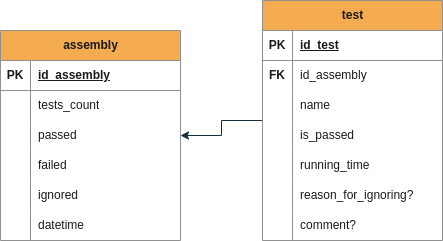
Above: 6Homework7.12.22/MyNUnitWeb/MyNUnitWeb/Data/testing-database-diagram.png in Niksen111/spbuHomeworksSem3 (draw.io), before the change. Source tidied: cells renumbered, new cells last; positions are measured from the earlier drawing's top-left corner, leaving out a move shared by most shapes.
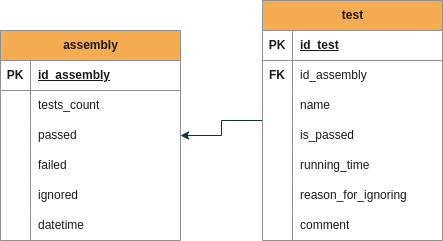
After the commit.

Diff of the diagram source:
```diff
@@ -116,7 +116,7 @@
     <mxCell id="39" style="shape=partialRectangle;fillColor=none;top=0;left=0;bottom=0;right=0;overflow=hidden;whiteSpace=wrap;html=1;strokeColor=#909090;fontColor=#1A1A1A;" parent="38" vertex="1">
       <mxGeometry width="30" height="30" as="geometry" />
     </mxCell>
-    <mxCell id="40" value="reason_for_ignoring?" style="shape=partialRectangle;fillColor=none;top=0;left=0;bottom=0;right=0;align=left;spacingLeft=6;overflow=hidden;whiteSpace=wrap;html=1;strokeColor=#909090;fontColor=#1A1A1A;" parent="38" vertex="1">
+    <mxCell id="40" value="reason_for_ignoring" style="shape=partialRectangle;fillColor=none;top=0;left=0;bottom=0;right=0;align=left;spacingLeft=6;overflow=hidden;whiteSpace=wrap;html=1;strokeColor=#909090;fontColor=#1A1A1A;" parent="38" vertex="1">
       <mxGeometry x="30" width="150" height="30" as="geometry" />
     </mxCell>
     <mxCell id="41" style="shape=tableRow;horizontal=0;startSize=0;swimlaneHead=0;swimlaneBody=0;fillColor=none;top=0;left=0;right=0;bottom=0;strokeColor=#909090;fontColor=#1A1A1A;" parent="22" vertex="1">
@@ -125,7 +125,7 @@
     <mxCell id="42" style="shape=partialRectangle;fillColor=none;top=0;left=0;bottom=0;right=0;overflow=hidden;whiteSpace=wrap;html=1;strokeColor=#909090;fontColor=#1A1A1A;" parent="41" vertex="1">
       <mxGeometry width="30" height="30" as="geometry" />
     </mxCell>
-    <mxCell id="43" value="comment?" style="shape=partialRectangle;fillColor=none;top=0;left=0;bottom=0;right=0;align=left;spacingLeft=6;overflow=hidden;whiteSpace=wrap;html=1;strokeColor=#909090;fontColor=#1A1A1A;" parent="41" vertex="1">
+    <mxCell id="43" value="comment" style="shape=partialRectangle;fillColor=none;top=0;left=0;bottom=0;right=0;align=left;spacingLeft=6;overflow=hidden;whiteSpace=wrap;html=1;strokeColor=#909090;fontColor=#1A1A1A;" parent="41" vertex="1">
       <mxGeometry x="30" width="150" height="30" as="geometry" />
     </mxCell>
   </root>
```
